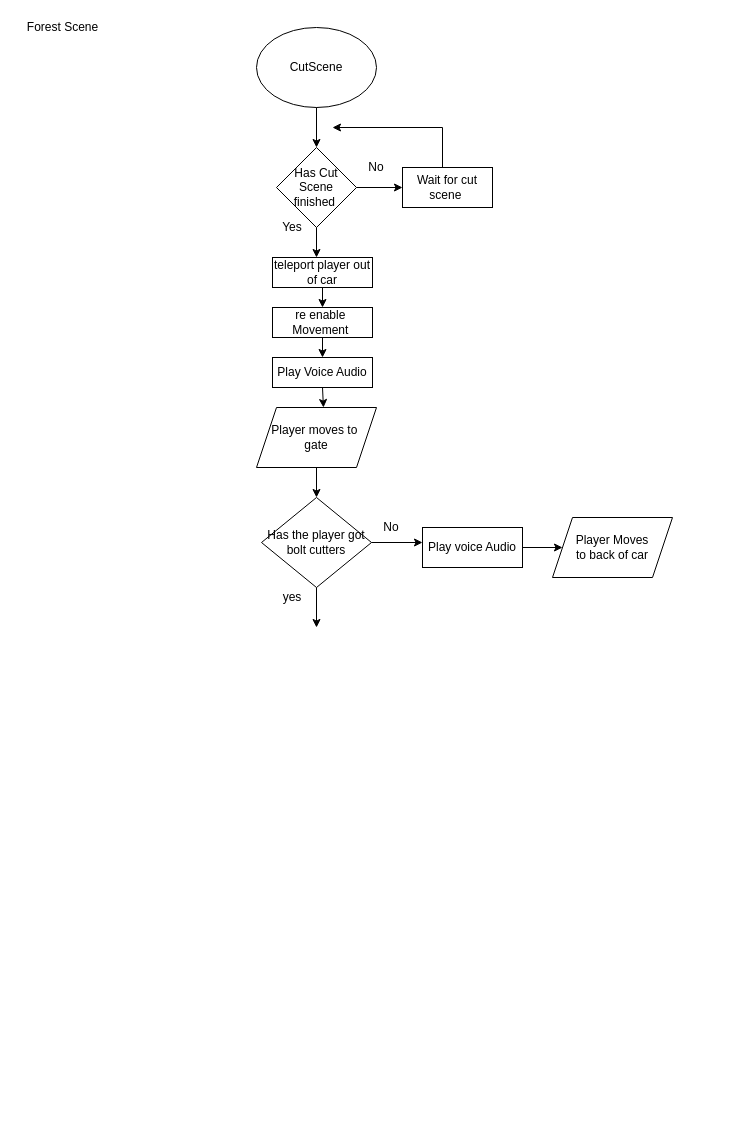
Before: page "Page-2" (2 of 2) of Untitled Diagram.drawio in bennyboy743/Walk-In-Woods-Main, a draw.io diagram. Source tidied: cells renumbered, new cells numbered last; positions are measured from the earlier drawing's top-left corner, leaving out a move shared by most shapes. Both pictures are drawn from the tidied source at 100%, with x=0, y=0 at pixel (17, 17).
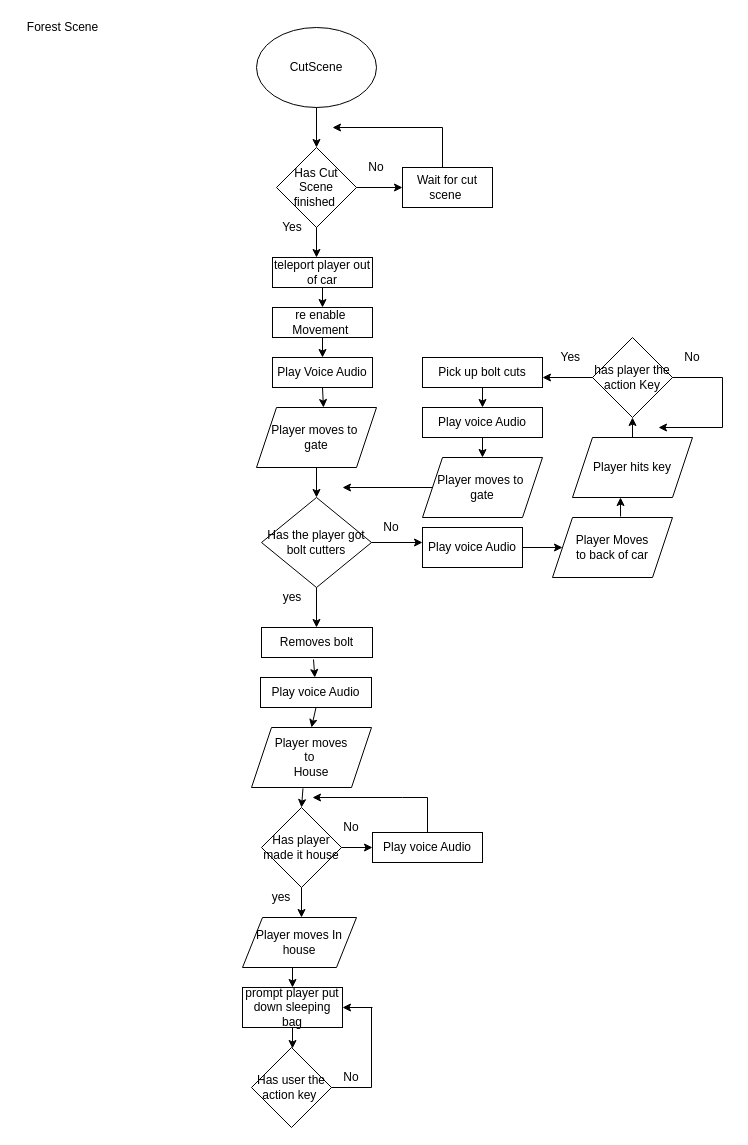
Above is the later version.

Commit message:
added more to forest Scene

The change refers to these unchanged cells:
```xml
<mxCell id="26" value="Player Moves&lt;br&gt;to back of car" style="shape=parallelogram;perimeter=parallelogramPerimeter;whiteSpace=wrap;html=1;fixedSize=1;" parent="1" vertex="1">
  <mxGeometry x="535" y="500" width="120" height="60" as="geometry" />
</mxCell>
```

Diff of the diagram source:
```diff
@@
+    <mxCell id="29" style="endArrow=classic;html=1;exitX=0.567;exitY=-0.017;exitDx=0;exitDy=0;exitPerimeter=0;" parent="1" edge="1" source="26">
+      <mxGeometry relative="1" as="geometry">
+        <mxPoint x="603" y="480" as="targetPoint" />
+      </mxGeometry>
+    </mxCell>
+    <mxCell id="30" value="Player hits key" style="shape=parallelogram;perimeter=parallelogramPerimeter;whiteSpace=wrap;html=1;fixedSize=1;" parent="1" vertex="1">
+      <mxGeometry x="555" y="420" width="120" height="60" as="geometry" />
+    </mxCell>
+    <mxCell id="31" value="has player the action Key" style="rhombus;whiteSpace=wrap;html=1;" parent="1" vertex="1">
+      <mxGeometry x="575" y="320" width="80" height="80" as="geometry" />
+    </mxCell>
+    <mxCell id="32" value="Yes&amp;nbsp;" style="text;html=1;strokeColor=none;fillColor=none;align=center;verticalAlign=middle;whiteSpace=wrap;rounded=0;" parent="1" vertex="1">
+      <mxGeometry x="535" y="330" width="40" height="20" as="geometry" />
+    </mxCell>
+    <mxCell id="33" style="endArrow=classic;html=1;exitX=0;exitY=0.5;exitDx=0;exitDy=0;" parent="1" edge="1" source="31">
+      <mxGeometry relative="1" as="geometry">
+        <mxPoint x="525" y="360" as="targetPoint" />
+      </mxGeometry>
+    </mxCell>
+    <mxCell id="34" style="endArrow=classic;html=1;exitX=0.5;exitY=0;exitDx=0;exitDy=0;entryX=0.5;entryY=1;entryDx=0;entryDy=0;" parent="1" edge="1" source="30" target="31">
+      <mxGeometry relative="1" as="geometry" />
+    </mxCell>
+    <mxCell id="35" value="No&lt;br&gt;" style="text;html=1;strokeColor=none;fillColor=none;align=center;verticalAlign=middle;whiteSpace=wrap;rounded=0;" parent="1" vertex="1">
+      <mxGeometry x="655" y="330" width="40" height="20" as="geometry" />
+    </mxCell>
+    <mxCell id="36" style="endArrow=none;html=1;exitX=1;exitY=0.5;exitDx=0;exitDy=0;" parent="1" edge="1" source="31">
+      <mxGeometry relative="1" as="geometry">
+        <mxPoint x="705" y="360" as="targetPoint" />
+      </mxGeometry>
+    </mxCell>
+    <mxCell id="37" style="endArrow=none;html=1;" parent="1" edge="1">
+      <mxGeometry relative="1" as="geometry">
+        <mxPoint x="705" y="360" as="sourcePoint" />
+        <mxPoint x="705" y="410" as="targetPoint" />
+      </mxGeometry>
+    </mxCell>
+    <mxCell id="38" style="endArrow=classic;html=1;" parent="1" edge="1">
+      <mxGeometry relative="1" as="geometry">
+        <mxPoint x="705" y="410" as="sourcePoint" />
+        <mxPoint x="641" y="410" as="targetPoint" />
+      </mxGeometry>
+    </mxCell>
+    <mxCell id="39" value="Pick up bolt cuts" style="rounded=0;whiteSpace=wrap;html=1;" parent="1" vertex="1">
+      <mxGeometry x="405" y="340" width="120" height="30" as="geometry" />
+    </mxCell>
+    <mxCell id="40" value="Play voice Audio" style="rounded=0;whiteSpace=wrap;html=1;" parent="1" vertex="1">
+      <mxGeometry x="405" y="390" width="120" height="30" as="geometry" />
+    </mxCell>
+    <mxCell id="41" style="endArrow=classic;html=1;entryX=0.5;entryY=0;entryDx=0;entryDy=0;" parent="1" edge="1" source="39" target="40">
+      <mxGeometry relative="1" as="geometry" />
+    </mxCell>
+    <mxCell id="42" value="Player moves to&amp;nbsp;&lt;br&gt;gate&lt;br&gt;" style="shape=parallelogram;perimeter=parallelogramPerimeter;whiteSpace=wrap;html=1;fixedSize=1;" parent="1" vertex="1">
+      <mxGeometry x="405" y="440" width="120" height="60" as="geometry" />
+    </mxCell>
+    <mxCell id="43" style="endArrow=classic;html=1;exitX=0.5;exitY=1;exitDx=0;exitDy=0;entryX=0.5;entryY=0;entryDx=0;entryDy=0;" parent="1" edge="1" source="40" target="42">
+      <mxGeometry relative="1" as="geometry" />
+    </mxCell>
+    <mxCell id="44" style="endArrow=classic;html=1;exitX=0;exitY=0.5;exitDx=0;exitDy=0;" parent="1" edge="1" source="42">
+      <mxGeometry relative="1" as="geometry">
+        <mxPoint x="325" y="470" as="targetPoint" />
+      </mxGeometry>
+    </mxCell>
+    <mxCell id="45" value="Removes bolt" style="rounded=0;whiteSpace=wrap;html=1;" parent="1" vertex="1">
+      <mxGeometry x="244" y="610" width="111" height="30" as="geometry" />
+    </mxCell>
+    <mxCell id="46" value="Play voice Audio" style="rounded=0;whiteSpace=wrap;html=1;" parent="1" vertex="1">
+      <mxGeometry x="243" y="660" width="111" height="30" as="geometry" />
+    </mxCell>
+    <mxCell id="47" style="endArrow=classic;html=1;" parent="1" edge="1" target="46">
+      <mxGeometry relative="1" as="geometry">
+        <mxPoint x="296" y="642" as="sourcePoint" />
+      </mxGeometry>
+    </mxCell>
+    <mxCell id="48" value="Player moves&lt;br&gt;to&amp;nbsp;&lt;br&gt;House" style="shape=parallelogram;perimeter=parallelogramPerimeter;whiteSpace=wrap;html=1;fixedSize=1;" parent="1" vertex="1">
+      <mxGeometry x="234" y="710" width="120" height="60" as="geometry" />
+    </mxCell>
+    <mxCell id="49" style="endArrow=classic;html=1;exitX=0.5;exitY=1;exitDx=0;exitDy=0;entryX=0.5;entryY=0;entryDx=0;entryDy=0;" parent="1" edge="1" source="46" target="48">
+      <mxGeometry relative="1" as="geometry" />
+    </mxCell>
+    <mxCell id="50" value="Has player made it house&lt;br&gt;" style="rhombus;whiteSpace=wrap;html=1;" parent="1" vertex="1">
+      <mxGeometry x="244" y="790" width="80" height="80" as="geometry" />
+    </mxCell>
+    <mxCell id="51" style="endArrow=classic;html=1;exitX=0.429;exitY=1.015;exitDx=0;exitDy=0;exitPerimeter=0;entryX=0.5;entryY=0;entryDx=0;entryDy=0;" parent="1" edge="1" source="48" target="50">
+      <mxGeometry relative="1" as="geometry" />
+    </mxCell>
+    <mxCell id="52" style="endArrow=classic;html=1;exitX=1;exitY=0.5;exitDx=0;exitDy=0;" parent="1" edge="1" source="50">
+      <mxGeometry relative="1" as="geometry">
+        <mxPoint x="355" y="830" as="targetPoint" />
+      </mxGeometry>
+    </mxCell>
+    <mxCell id="53" value="No" style="text;html=1;strokeColor=none;fillColor=none;align=center;verticalAlign=middle;whiteSpace=wrap;rounded=0;" parent="1" vertex="1">
+      <mxGeometry x="314" y="800" width="40" height="20" as="geometry" />
+    </mxCell>
+    <mxCell id="54" style="edgeStyle=orthogonalEdgeStyle;rounded=0;jettySize=auto;html=1;" parent="1" edge="1" source="55">
+      <mxGeometry relative="1" as="geometry">
+        <mxPoint x="295" y="780" as="targetPoint" />
+        <Array as="points">
+          <mxPoint x="410" y="780" />
+          <mxPoint x="385" y="780" />
+        </Array>
+      </mxGeometry>
+    </mxCell>
+    <mxCell id="55" value="Play voice Audio" style="rounded=0;whiteSpace=wrap;html=1;" parent="1" vertex="1">
+      <mxGeometry x="355" y="815" width="110" height="30" as="geometry" />
+    </mxCell>
+    <mxCell id="56" value="yes&lt;br&gt;" style="text;html=1;strokeColor=none;fillColor=none;align=center;verticalAlign=middle;whiteSpace=wrap;rounded=0;" parent="1" vertex="1">
+      <mxGeometry x="244" y="870" width="40" height="20" as="geometry" />
+    </mxCell>
+    <mxCell id="57" style="endArrow=classic;html=1;exitX=0.5;exitY=1;exitDx=0;exitDy=0;" parent="1" edge="1" source="50">
+      <mxGeometry relative="1" as="geometry">
+        <mxPoint x="284" y="900" as="targetPoint" />
+      </mxGeometry>
+    </mxCell>
+    <mxCell id="58" value="Player moves In&lt;br&gt;house&lt;br&gt;" style="shape=parallelogram;perimeter=parallelogramPerimeter;whiteSpace=wrap;html=1;fixedSize=1;" parent="1" vertex="1">
+      <mxGeometry x="225" y="900" width="114" height="50" as="geometry" />
+    </mxCell>
+    <mxCell id="59" style="edgeStyle=orthogonalEdgeStyle;rounded=0;jettySize=auto;html=1;" parent="1" edge="1" source="60" target="62">
+      <mxGeometry relative="1" as="geometry">
+        <Array as="points">
+          <mxPoint x="275" y="1030" />
+        </Array>
+      </mxGeometry>
+    </mxCell>
+    <mxCell id="60" value="prompt player put down sleeping bag" style="rounded=0;whiteSpace=wrap;html=1;" parent="1" vertex="1">
+      <mxGeometry x="225" y="970" width="100" height="40" as="geometry" />
+    </mxCell>
+    <mxCell id="61" style="endArrow=classic;html=1;entryX=0.5;entryY=0;entryDx=0;entryDy=0;" parent="1" edge="1" target="60">
+      <mxGeometry relative="1" as="geometry">
+        <mxPoint x="275" y="950" as="sourcePoint" />
+      </mxGeometry>
+    </mxCell>
+    <mxCell id="62" value="Has user the action key&amp;nbsp;" style="rhombus;whiteSpace=wrap;html=1;" parent="1" vertex="1">
+      <mxGeometry x="234" y="1030" width="80" height="80" as="geometry" />
+    </mxCell>
+    <mxCell id="63" value="No&lt;br&gt;" style="text;html=1;strokeColor=none;fillColor=none;align=center;verticalAlign=middle;whiteSpace=wrap;rounded=0;" parent="1" vertex="1">
+      <mxGeometry x="314" y="1050" width="40" height="20" as="geometry" />
+    </mxCell>
+    <mxCell id="64" style="endArrow=none;html=1;exitX=0;exitY=1;exitDx=0;exitDy=0;entryX=1;entryY=1;entryDx=0;entryDy=0;" parent="1" edge="1" source="63" target="63">
+      <mxGeometry relative="1" as="geometry" />
+    </mxCell>
+    <mxCell id="65" style="endArrow=none;html=1;exitX=1;exitY=1;exitDx=0;exitDy=0;" parent="1" edge="1" source="63">
+      <mxGeometry relative="1" as="geometry">
+        <mxPoint x="354" y="990" as="targetPoint" />
+      </mxGeometry>
+    </mxCell>
+    <mxCell id="66" style="endArrow=classic;html=1;entryX=1;entryY=0.5;entryDx=0;entryDy=0;" parent="1" edge="1" target="60">
+      <mxGeometry relative="1" as="geometry">
+        <mxPoint x="355" y="990" as="sourcePoint" />
+      </mxGeometry>
+    </mxCell>
```
